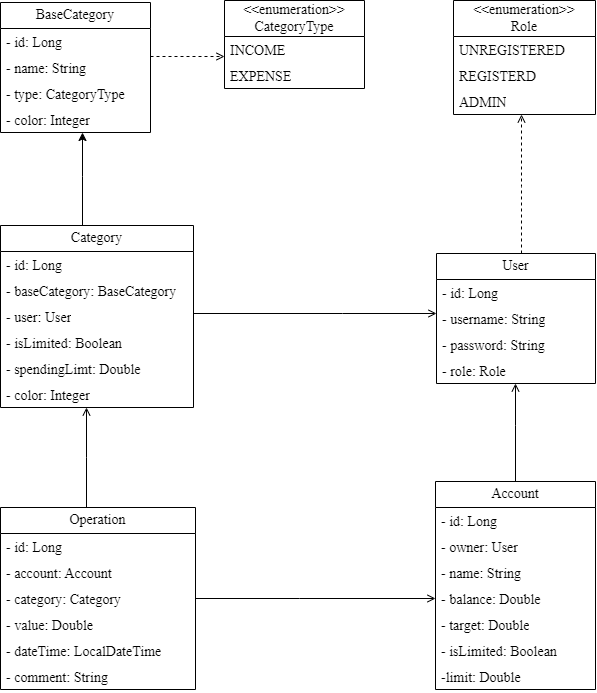
anastasia-1603/MyCash keeps this draw.io diagram as Диаграммы/Диаграмма классов.png. Above is the earlier version. Source tidied: cells renumbered, new cells last; positions are measured from the earlier drawing's top-left corner, leaving out a move shared by most shapes. Its diagram source:
```xml
<mxGraphModel>
  <root>
    <mxCell id="0" />
    <mxCell id="1" parent="0" />
    <mxCell id="2" style="edgeStyle=orthogonalEdgeStyle;rounded=0;jettySize=auto;html=1;dashed=1;strokeColor=default;endArrow=open;endFill=0;fontFamily=Times New Roman;fontSize=14;" parent="1" edge="1" source="3" target="44">
      <mxGeometry relative="1" as="geometry">
        <Array as="points">
          <mxPoint x="521" y="186" />
          <mxPoint x="521" y="186" />
        </Array>
      </mxGeometry>
    </mxCell>
    <mxCell id="3" value="User" style="swimlane;fontStyle=0;horizontal=1;startSize=26;fillColor=none;whiteSpace=wrap;html=1;fontFamily=Times New Roman;fontSize=14;" parent="1" vertex="1">
      <mxGeometry x="436" y="253" width="159" height="130" as="geometry" />
    </mxCell>
    <mxCell id="4" value="- id: Long" style="text;strokeColor=none;fillColor=none;align=left;verticalAlign=top;spacingLeft=4;spacingRight=4;overflow=hidden;whiteSpace=wrap;html=1;fontFamily=Times New Roman;fontSize=14;" parent="3" vertex="1">
      <mxGeometry y="26" width="159" height="26" as="geometry" />
    </mxCell>
    <mxCell id="5" value="- username: String" style="text;strokeColor=none;fillColor=none;align=left;verticalAlign=top;spacingLeft=4;spacingRight=4;overflow=hidden;whiteSpace=wrap;html=1;fontFamily=Times New Roman;fontSize=14;" parent="3" vertex="1">
      <mxGeometry y="52" width="159" height="26" as="geometry" />
    </mxCell>
    <mxCell id="6" value="- password: String" style="text;strokeColor=none;fillColor=none;align=left;verticalAlign=top;spacingLeft=4;spacingRight=4;overflow=hidden;whiteSpace=wrap;html=1;fontFamily=Times New Roman;fontSize=14;" parent="3" vertex="1">
      <mxGeometry y="78" width="159" height="26" as="geometry" />
    </mxCell>
    <mxCell id="7" value="- role: Role" style="text;strokeColor=none;fillColor=none;align=left;verticalAlign=top;spacingLeft=4;spacingRight=4;overflow=hidden;whiteSpace=wrap;html=1;fontFamily=Times New Roman;fontSize=14;" parent="3" vertex="1">
      <mxGeometry y="104" width="159" height="26" as="geometry" />
    </mxCell>
    <mxCell id="8" style="edgeStyle=orthogonalEdgeStyle;rounded=0;jettySize=auto;html=1;exitX=0.5;exitY=0;exitDx=0;exitDy=0;endArrow=open;endFill=0;fontFamily=Times New Roman;fontSize=14;" parent="1" edge="1" source="9" target="3">
      <mxGeometry relative="1" as="geometry">
        <Array as="points">
          <mxPoint x="515" y="425" />
          <mxPoint x="515" y="425" />
        </Array>
      </mxGeometry>
    </mxCell>
    <mxCell id="9" value="Account" style="swimlane;fontStyle=0;horizontal=1;startSize=26;fillColor=none;whiteSpace=wrap;html=1;fontFamily=Times New Roman;fontSize=14;" parent="1" vertex="1">
      <mxGeometry x="435" y="481" width="160" height="208" as="geometry" />
    </mxCell>
    <mxCell id="10" value="- id: Long" style="text;strokeColor=none;fillColor=none;align=left;verticalAlign=top;spacingLeft=4;spacingRight=4;overflow=hidden;whiteSpace=wrap;html=1;fontFamily=Times New Roman;fontSize=14;" parent="9" vertex="1">
      <mxGeometry y="26" width="160" height="26" as="geometry" />
    </mxCell>
    <mxCell id="11" value="- owner: User" style="text;strokeColor=none;fillColor=none;align=left;verticalAlign=top;spacingLeft=4;spacingRight=4;overflow=hidden;whiteSpace=wrap;html=1;fontFamily=Times New Roman;fontSize=14;" parent="9" vertex="1">
      <mxGeometry y="52" width="160" height="26" as="geometry" />
    </mxCell>
    <mxCell id="12" value="- name: String" style="text;strokeColor=none;fillColor=none;align=left;verticalAlign=top;spacingLeft=4;spacingRight=4;overflow=hidden;whiteSpace=wrap;html=1;fontFamily=Times New Roman;fontSize=14;" parent="9" vertex="1">
      <mxGeometry y="78" width="160" height="26" as="geometry" />
    </mxCell>
    <mxCell id="13" value="- balance: Double" style="text;strokeColor=none;fillColor=none;align=left;verticalAlign=top;spacingLeft=4;spacingRight=4;overflow=hidden;whiteSpace=wrap;html=1;fontFamily=Times New Roman;fontSize=14;" parent="9" vertex="1">
      <mxGeometry y="104" width="160" height="26" as="geometry" />
    </mxCell>
    <mxCell id="14" value="- target: Double" style="text;strokeColor=none;fillColor=none;align=left;verticalAlign=top;spacingLeft=4;spacingRight=4;overflow=hidden;whiteSpace=wrap;html=1;fontFamily=Times New Roman;fontSize=14;" parent="9" vertex="1">
      <mxGeometry y="130" width="160" height="26" as="geometry" />
    </mxCell>
    <mxCell id="15" value="- isLimited: Boolean" style="text;strokeColor=none;fillColor=none;align=left;verticalAlign=top;spacingLeft=4;spacingRight=4;overflow=hidden;whiteSpace=wrap;html=1;fontFamily=Times New Roman;fontSize=14;" parent="9" vertex="1">
      <mxGeometry y="156" width="160" height="26" as="geometry" />
    </mxCell>
    <mxCell id="16" value="-limit: Double" style="text;strokeColor=none;fillColor=none;align=left;verticalAlign=top;spacingLeft=4;spacingRight=4;overflow=hidden;whiteSpace=wrap;html=1;fontFamily=Times New Roman;fontSize=14;" parent="9" vertex="1">
      <mxGeometry y="182" width="160" height="26" as="geometry" />
    </mxCell>
    <mxCell id="17" style="edgeStyle=orthogonalEdgeStyle;rounded=0;jettySize=auto;html=1;endArrow=open;endFill=0;fontFamily=Times New Roman;fontSize=14;" parent="1" edge="1" source="27" target="19">
      <mxGeometry relative="1" as="geometry">
        <Array as="points">
          <mxPoint x="86" y="457" />
          <mxPoint x="86" y="457" />
        </Array>
      </mxGeometry>
    </mxCell>
    <mxCell id="18" style="edgeStyle=orthogonalEdgeStyle;rounded=0;jettySize=auto;html=1;fontFamily=Times New Roman;fontSize=14;" parent="1" edge="1" source="19" target="39">
      <mxGeometry relative="1" as="geometry">
        <Array as="points">
          <mxPoint x="82" y="176" />
          <mxPoint x="82" y="176" />
        </Array>
      </mxGeometry>
    </mxCell>
    <mxCell id="19" value="Category" style="swimlane;fontStyle=0;horizontal=1;startSize=26;fillColor=none;whiteSpace=wrap;html=1;fontFamily=Times New Roman;fontSize=14;" parent="1" vertex="1">
      <mxGeometry y="225" width="193" height="182" as="geometry" />
    </mxCell>
    <mxCell id="20" value="- id: Long" style="text;strokeColor=none;fillColor=none;align=left;verticalAlign=top;spacingLeft=4;spacingRight=4;overflow=hidden;whiteSpace=wrap;html=1;fontFamily=Times New Roman;fontSize=14;" parent="19" vertex="1">
      <mxGeometry y="26" width="193" height="26" as="geometry" />
    </mxCell>
    <mxCell id="21" value="- baseCategory: BaseCategory" style="text;strokeColor=none;fillColor=none;align=left;verticalAlign=top;spacingLeft=4;spacingRight=4;overflow=hidden;whiteSpace=wrap;html=1;fontFamily=Times New Roman;fontSize=14;" parent="19" vertex="1">
      <mxGeometry y="52" width="193" height="26" as="geometry" />
    </mxCell>
    <mxCell id="22" value="- user: User" style="text;strokeColor=none;fillColor=none;align=left;verticalAlign=top;spacingLeft=4;spacingRight=4;overflow=hidden;whiteSpace=wrap;html=1;fontFamily=Times New Roman;fontSize=14;" parent="19" vertex="1">
      <mxGeometry y="78" width="193" height="26" as="geometry" />
    </mxCell>
    <mxCell id="23" value="- isLimited: Boolean" style="text;strokeColor=none;fillColor=none;align=left;verticalAlign=top;spacingLeft=4;spacingRight=4;overflow=hidden;whiteSpace=wrap;html=1;fontFamily=Times New Roman;fontSize=14;" parent="19" vertex="1">
      <mxGeometry y="104" width="193" height="26" as="geometry" />
    </mxCell>
    <mxCell id="24" value="- spendingLimt: Double" style="text;strokeColor=none;fillColor=none;align=left;verticalAlign=top;spacingLeft=4;spacingRight=4;overflow=hidden;whiteSpace=wrap;html=1;fontFamily=Times New Roman;fontSize=14;" parent="19" vertex="1">
      <mxGeometry y="130" width="193" height="26" as="geometry" />
    </mxCell>
    <mxCell id="25" value="- color: Integer" style="text;strokeColor=none;fillColor=none;align=left;verticalAlign=top;spacingLeft=4;spacingRight=4;overflow=hidden;whiteSpace=wrap;html=1;fontFamily=Times New Roman;fontSize=14;" parent="19" vertex="1">
      <mxGeometry y="156" width="193" height="26" as="geometry" />
    </mxCell>
    <mxCell id="26" style="edgeStyle=orthogonalEdgeStyle;rounded=0;jettySize=auto;html=1;endArrow=open;endFill=0;dashed=1;fontFamily=Times New Roman;fontSize=14;" parent="1" edge="1" source="39" target="34">
      <mxGeometry relative="1" as="geometry">
        <Array as="points">
          <mxPoint x="179" y="56" />
          <mxPoint x="179" y="56" />
        </Array>
      </mxGeometry>
    </mxCell>
    <mxCell id="27" value="Operation" style="swimlane;fontStyle=0;horizontal=1;startSize=26;fillColor=none;whiteSpace=wrap;html=1;fontFamily=Times New Roman;fontSize=14;" parent="1" vertex="1">
      <mxGeometry y="507" width="195" height="182" as="geometry" />
    </mxCell>
    <mxCell id="28" value="- id: Long" style="text;strokeColor=none;fillColor=none;align=left;verticalAlign=top;spacingLeft=4;spacingRight=4;overflow=hidden;whiteSpace=wrap;html=1;fontFamily=Times New Roman;fontSize=14;" parent="27" vertex="1">
      <mxGeometry y="26" width="195" height="26" as="geometry" />
    </mxCell>
    <mxCell id="29" value="- account: Account" style="text;strokeColor=none;fillColor=none;align=left;verticalAlign=top;spacingLeft=4;spacingRight=4;overflow=hidden;whiteSpace=wrap;html=1;fontFamily=Times New Roman;fontSize=14;" parent="27" vertex="1">
      <mxGeometry y="52" width="195" height="26" as="geometry" />
    </mxCell>
    <mxCell id="30" value="- category: Category" style="text;strokeColor=none;fillColor=none;align=left;verticalAlign=top;spacingLeft=4;spacingRight=4;overflow=hidden;whiteSpace=wrap;html=1;fontFamily=Times New Roman;fontSize=14;" parent="27" vertex="1">
      <mxGeometry y="78" width="195" height="26" as="geometry" />
    </mxCell>
    <mxCell id="31" value="- value: Double" style="text;strokeColor=none;fillColor=none;align=left;verticalAlign=top;spacingLeft=4;spacingRight=4;overflow=hidden;whiteSpace=wrap;html=1;fontFamily=Times New Roman;fontSize=14;" parent="27" vertex="1">
      <mxGeometry y="104" width="195" height="26" as="geometry" />
    </mxCell>
    <mxCell id="32" value="-&amp;nbsp;dateTime: LocalDateTime" style="text;strokeColor=none;fillColor=none;align=left;verticalAlign=top;spacingLeft=4;spacingRight=4;overflow=hidden;whiteSpace=wrap;html=1;fontFamily=Times New Roman;fontSize=14;" parent="27" vertex="1">
      <mxGeometry y="130" width="195" height="26" as="geometry" />
    </mxCell>
    <mxCell id="33" value="- comment: String" style="text;strokeColor=none;fillColor=none;align=left;verticalAlign=top;spacingLeft=4;spacingRight=4;overflow=hidden;whiteSpace=wrap;html=1;fontFamily=Times New Roman;fontSize=14;" parent="27" vertex="1">
      <mxGeometry y="156" width="195" height="26" as="geometry" />
    </mxCell>
    <mxCell id="34" value="&amp;lt;&amp;lt;enumeration&amp;gt;&amp;gt;&lt;br style=&quot;font-size: 14px;&quot;&gt;CategoryType" style="swimlane;fontStyle=0;horizontal=1;startSize=36;fillColor=none;whiteSpace=wrap;html=1;fontFamily=Times New Roman;fontSize=14;" parent="1" vertex="1">
      <mxGeometry x="224" width="140" height="88" as="geometry" />
    </mxCell>
    <mxCell id="35" value="INCOME" style="text;strokeColor=none;fillColor=none;align=left;verticalAlign=top;spacingLeft=4;spacingRight=4;overflow=hidden;whiteSpace=wrap;html=1;fontFamily=Times New Roman;fontSize=14;" parent="34" vertex="1">
      <mxGeometry y="36" width="140" height="26" as="geometry" />
    </mxCell>
    <mxCell id="36" value="EXPENSE" style="text;strokeColor=none;fillColor=none;align=left;verticalAlign=top;spacingLeft=4;spacingRight=4;overflow=hidden;whiteSpace=wrap;html=1;fontFamily=Times New Roman;fontSize=14;" parent="34" vertex="1">
      <mxGeometry y="62" width="140" height="26" as="geometry" />
    </mxCell>
    <mxCell id="37" style="edgeStyle=orthogonalEdgeStyle;rounded=0;jettySize=auto;html=1;endArrow=none;endFill=0;startArrow=open;startFill=0;fontFamily=Times New Roman;fontSize=14;" parent="1" edge="1" source="9" target="27">
      <mxGeometry relative="1" as="geometry">
        <Array as="points">
          <mxPoint x="299" y="598" />
          <mxPoint x="299" y="598" />
        </Array>
      </mxGeometry>
    </mxCell>
    <mxCell id="38" style="edgeStyle=orthogonalEdgeStyle;rounded=0;jettySize=auto;html=1;endArrow=open;endFill=0;fontFamily=Times New Roman;fontSize=14;" parent="1" edge="1" source="19" target="3">
      <mxGeometry relative="1" as="geometry">
        <Array as="points">
          <mxPoint x="342" y="313" />
          <mxPoint x="342" y="313" />
        </Array>
      </mxGeometry>
    </mxCell>
    <mxCell id="39" value="BaseCategory" style="swimlane;fontStyle=0;horizontal=1;startSize=26;fillColor=none;whiteSpace=wrap;html=1;fontFamily=Times New Roman;fontSize=14;" parent="1" vertex="1">
      <mxGeometry y="2" width="150" height="130" as="geometry" />
    </mxCell>
    <mxCell id="40" value="- id: Long" style="text;strokeColor=none;fillColor=none;align=left;verticalAlign=top;spacingLeft=4;spacingRight=4;overflow=hidden;whiteSpace=wrap;html=1;fontFamily=Times New Roman;fontSize=14;" parent="39" vertex="1">
      <mxGeometry y="26" width="150" height="26" as="geometry" />
    </mxCell>
    <mxCell id="41" value="- name: String" style="text;strokeColor=none;fillColor=none;align=left;verticalAlign=top;spacingLeft=4;spacingRight=4;overflow=hidden;whiteSpace=wrap;html=1;fontFamily=Times New Roman;fontSize=14;" parent="39" vertex="1">
      <mxGeometry y="52" width="150" height="26" as="geometry" />
    </mxCell>
    <mxCell id="42" value="- type: CategoryType" style="text;strokeColor=none;fillColor=none;align=left;verticalAlign=top;spacingLeft=4;spacingRight=4;overflow=hidden;whiteSpace=wrap;html=1;fontFamily=Times New Roman;fontSize=14;" parent="39" vertex="1">
      <mxGeometry y="78" width="150" height="26" as="geometry" />
    </mxCell>
    <mxCell id="43" value="- color: Integer" style="text;strokeColor=none;fillColor=none;align=left;verticalAlign=top;spacingLeft=4;spacingRight=4;overflow=hidden;whiteSpace=wrap;html=1;fontFamily=Times New Roman;fontSize=14;" parent="39" vertex="1">
      <mxGeometry y="104" width="150" height="26" as="geometry" />
    </mxCell>
    <mxCell id="44" value="&amp;lt;&amp;lt;enumeration&amp;gt;&amp;gt;&lt;br style=&quot;font-size: 14px;&quot;&gt;Role" style="swimlane;fontStyle=0;horizontal=1;startSize=36;fillColor=none;whiteSpace=wrap;html=1;fontFamily=Times New Roman;fontSize=14;" parent="1" vertex="1">
      <mxGeometry x="453" width="142" height="114" as="geometry" />
    </mxCell>
    <mxCell id="45" value="UNREGISTERED" style="text;strokeColor=none;fillColor=none;align=left;verticalAlign=top;spacingLeft=4;spacingRight=4;overflow=hidden;whiteSpace=wrap;html=1;fontFamily=Times New Roman;fontSize=14;" parent="44" vertex="1">
      <mxGeometry y="36" width="142" height="26" as="geometry" />
    </mxCell>
    <mxCell id="46" value="REGISTERD" style="text;strokeColor=none;fillColor=none;align=left;verticalAlign=top;spacingLeft=4;spacingRight=4;overflow=hidden;whiteSpace=wrap;html=1;fontFamily=Times New Roman;fontSize=14;" parent="44" vertex="1">
      <mxGeometry y="62" width="142" height="26" as="geometry" />
    </mxCell>
    <mxCell id="47" value="ADMIN" style="text;strokeColor=none;fillColor=none;align=left;verticalAlign=top;spacingLeft=4;spacingRight=4;overflow=hidden;whiteSpace=wrap;html=1;fontFamily=Times New Roman;fontSize=14;" parent="44" vertex="1">
      <mxGeometry y="88" width="142" height="26" as="geometry" />
    </mxCell>
  </root>
</mxGraphModel>
```
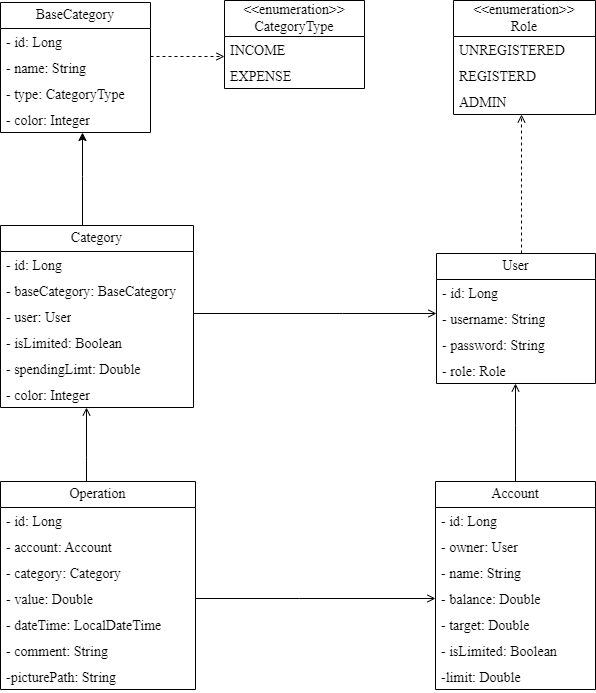
Later version of the same file.

Commit message:
обновлена диаграмма классов

What changed in the source:
```diff
@@ -103,7 +103,7 @@
       </mxGeometry>
     </mxCell>
     <mxCell id="27" value="Operation" style="swimlane;fontStyle=0;horizontal=1;startSize=26;fillColor=none;whiteSpace=wrap;html=1;fontFamily=Times New Roman;fontSize=14;" parent="1" vertex="1">
-      <mxGeometry y="507" width="195" height="182" as="geometry" />
+      <mxGeometry y="481" width="195" height="208" as="geometry" />
     </mxCell>
     <mxCell id="28" value="- id: Long" style="text;strokeColor=none;fillColor=none;align=left;verticalAlign=top;spacingLeft=4;spacingRight=4;overflow=hidden;whiteSpace=wrap;html=1;fontFamily=Times New Roman;fontSize=14;" parent="27" vertex="1">
       <mxGeometry y="26" width="195" height="26" as="geometry" />
@@ -123,6 +123,9 @@
     <mxCell id="33" value="- comment: String" style="text;strokeColor=none;fillColor=none;align=left;verticalAlign=top;spacingLeft=4;spacingRight=4;overflow=hidden;whiteSpace=wrap;html=1;fontFamily=Times New Roman;fontSize=14;" parent="27" vertex="1">
       <mxGeometry y="156" width="195" height="26" as="geometry" />
     </mxCell>
+    <mxCell id="48" value="-picturePath: String" style="text;strokeColor=none;fillColor=none;align=left;verticalAlign=top;spacingLeft=4;spacingRight=4;overflow=hidden;whiteSpace=wrap;html=1;fontFamily=Times New Roman;fontSize=14;" parent="27" vertex="1">
+      <mxGeometry y="182" width="195" height="26" as="geometry" />
+    </mxCell>
     <mxCell id="34" value="&amp;lt;&amp;lt;enumeration&amp;gt;&amp;gt;&lt;br style=&quot;font-size: 14px;&quot;&gt;CategoryType" style="swimlane;fontStyle=0;horizontal=1;startSize=36;fillColor=none;whiteSpace=wrap;html=1;fontFamily=Times New Roman;fontSize=14;" parent="1" vertex="1">
       <mxGeometry x="224" width="140" height="88" as="geometry" />
     </mxCell>
```
